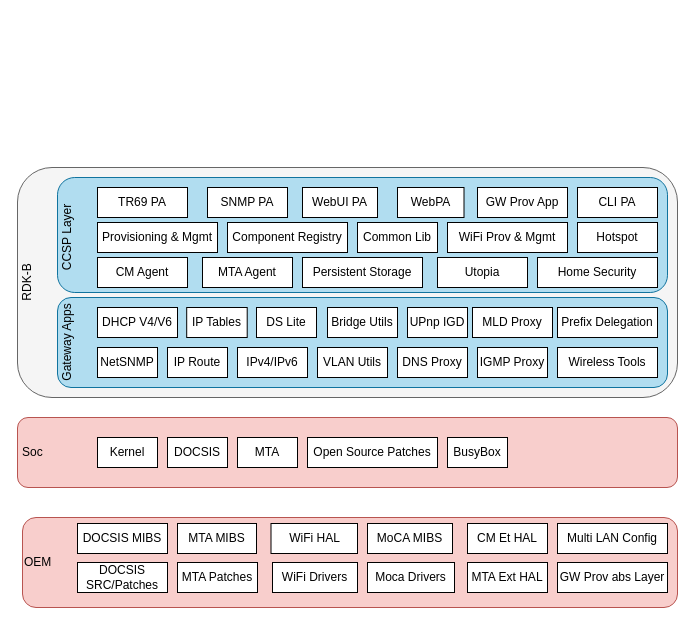
Above: page "RDK-B Framework" (4 of 4) of Puma7.drawio in nelsonchung/drawio (draw.io), before the change. Source tidied: cells renumbered, new cells numbered last; positions are measured from the earlier drawing's top-left corner, leaving out a move shared by most shapes. Both pictures are drawn from the tidied source at 100%, with x=0, y=0 at pixel (-3, 167).
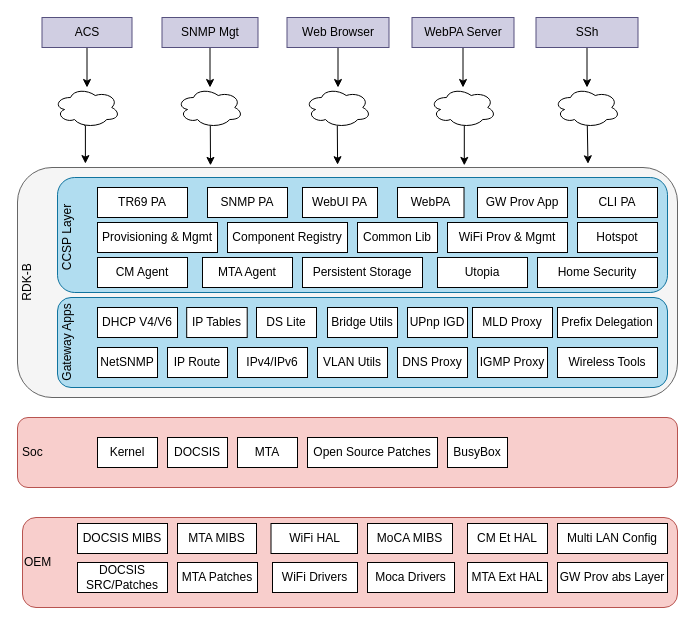
Above is the later version.

Diff of the diagram source:
```diff
@@
+    <mxCell id="59" style="edgeStyle=orthogonalEdgeStyle;rounded=0;jettySize=auto;html=1;exitX=0.5;exitY=1;exitDx=0;exitDy=0;" parent="1" edge="1" source="60" target="70">
+      <mxGeometry relative="1" as="geometry" />
+    </mxCell>
+    <mxCell id="60" value="ACS" style="rounded=0;whiteSpace=wrap;html=1;fillColor=#d0cee2;strokeColor=#56517e;" parent="1" vertex="1">
+      <mxGeometry x="44.5" y="-150" width="90" height="30" as="geometry" />
+    </mxCell>
+    <mxCell id="61" style="edgeStyle=orthogonalEdgeStyle;rounded=0;jettySize=auto;html=1;exitX=0.5;exitY=1;exitDx=0;exitDy=0;" parent="1" edge="1" source="62" target="72">
+      <mxGeometry relative="1" as="geometry" />
+    </mxCell>
+    <mxCell id="62" value="SNMP Mgt" style="rounded=0;whiteSpace=wrap;html=1;fillColor=#d0cee2;strokeColor=#56517e;" parent="1" vertex="1">
+      <mxGeometry x="164.5" y="-150" width="96" height="30" as="geometry" />
+    </mxCell>
+    <mxCell id="63" style="edgeStyle=orthogonalEdgeStyle;rounded=0;jettySize=auto;html=1;exitX=0.5;exitY=1;exitDx=0;exitDy=0;" parent="1" edge="1" source="64" target="74">
+      <mxGeometry relative="1" as="geometry" />
+    </mxCell>
+    <mxCell id="64" value="Web Browser" style="rounded=0;whiteSpace=wrap;html=1;fillColor=#d0cee2;strokeColor=#56517e;" parent="1" vertex="1">
+      <mxGeometry x="289.5" y="-150" width="102" height="30" as="geometry" />
+    </mxCell>
+    <mxCell id="65" style="edgeStyle=orthogonalEdgeStyle;rounded=0;jettySize=auto;html=1;exitX=0.5;exitY=1;exitDx=0;exitDy=0;" parent="1" edge="1" source="66" target="76">
+      <mxGeometry relative="1" as="geometry" />
+    </mxCell>
+    <mxCell id="66" value="WebPA Server" style="rounded=0;whiteSpace=wrap;html=1;fillColor=#d0cee2;strokeColor=#56517e;" parent="1" vertex="1">
+      <mxGeometry x="414.5" y="-150" width="102" height="30" as="geometry" />
+    </mxCell>
+    <mxCell id="67" style="edgeStyle=orthogonalEdgeStyle;rounded=0;jettySize=auto;html=1;exitX=0.5;exitY=1;exitDx=0;exitDy=0;" parent="1" edge="1" source="68" target="78">
+      <mxGeometry relative="1" as="geometry" />
+    </mxCell>
+    <mxCell id="68" value="SSh" style="rounded=0;whiteSpace=wrap;html=1;fillColor=#d0cee2;strokeColor=#56517e;" parent="1" vertex="1">
+      <mxGeometry x="538.5" y="-150" width="102" height="30" as="geometry" />
+    </mxCell>
+    <mxCell id="69" style="edgeStyle=orthogonalEdgeStyle;rounded=0;orthogonalLoop=1;jettySize=auto;html=1;exitX=0.55;exitY=0.95;exitDx=0;exitDy=0;exitPerimeter=0;entryX=0.888;entryY=1.017;entryDx=0;entryDy=0;entryPerimeter=0;" parent="1" edge="1">
+      <mxGeometry relative="1" as="geometry">
+        <mxPoint x="86.8" y="-42" as="sourcePoint" />
+        <mxPoint x="87.9" y="-3.9" as="targetPoint" />
+      </mxGeometry>
+    </mxCell>
+    <mxCell id="70" style="ellipse;shape=cloud;whiteSpace=wrap;html=1;rounded=1;align=left;" parent="1" vertex="1">
+      <mxGeometry x="56.5" y="-80" width="66" height="40" as="geometry" />
+    </mxCell>
+    <mxCell id="71" style="edgeStyle=orthogonalEdgeStyle;rounded=0;orthogonalLoop=1;jettySize=auto;html=1;exitX=0.55;exitY=0.95;exitDx=0;exitDy=0;exitPerimeter=0;entryX=0.703;entryY=1.009;entryDx=0;entryDy=0;entryPerimeter=0;" parent="1" edge="1">
+      <mxGeometry relative="1" as="geometry">
+        <mxPoint x="212.8" y="-42" as="sourcePoint" />
+        <mxPoint x="213" y="-2.1" as="targetPoint" />
+      </mxGeometry>
+    </mxCell>
+    <mxCell id="72" style="ellipse;shape=cloud;whiteSpace=wrap;html=1;rounded=1;align=left;" parent="1" vertex="1">
+      <mxGeometry x="179.5" y="-80" width="66" height="40" as="geometry" />
+    </mxCell>
+    <mxCell id="73" style="edgeStyle=orthogonalEdgeStyle;rounded=0;orthogonalLoop=1;jettySize=auto;html=1;exitX=0.55;exitY=0.95;exitDx=0;exitDy=0;exitPerimeter=0;entryX=0.509;entryY=1.012;entryDx=0;entryDy=0;entryPerimeter=0;" parent="1" edge="1">
+      <mxGeometry relative="1" as="geometry">
+        <mxPoint x="339.8" y="-42" as="sourcePoint" />
+        <mxPoint x="340.1" y="-2.8" as="targetPoint" />
+      </mxGeometry>
+    </mxCell>
+    <mxCell id="74" style="ellipse;shape=cloud;whiteSpace=wrap;html=1;rounded=1;align=left;" parent="1" vertex="1">
+      <mxGeometry x="307.5" y="-80" width="66" height="40" as="geometry" />
+    </mxCell>
+    <mxCell id="75" style="edgeStyle=orthogonalEdgeStyle;rounded=0;orthogonalLoop=1;jettySize=auto;html=1;exitX=0.55;exitY=0.95;exitDx=0;exitDy=0;exitPerimeter=0;entryX=0.32;entryY=1.009;entryDx=0;entryDy=0;entryPerimeter=0;" parent="1" edge="1">
+      <mxGeometry relative="1" as="geometry">
+        <mxPoint x="466.8" y="-42" as="sourcePoint" />
+        <mxPoint x="466.8" y="-2.1" as="targetPoint" />
+      </mxGeometry>
+    </mxCell>
+    <mxCell id="76" style="ellipse;shape=cloud;whiteSpace=wrap;html=1;rounded=1;align=left;" parent="1" vertex="1">
+      <mxGeometry x="432.5" y="-80" width="66" height="40" as="geometry" />
+    </mxCell>
+    <mxCell id="77" style="edgeStyle=orthogonalEdgeStyle;rounded=0;orthogonalLoop=1;jettySize=auto;html=1;exitX=0.55;exitY=0.95;exitDx=0;exitDy=0;exitPerimeter=0;entryX=0.131;entryY=1.016;entryDx=0;entryDy=0;entryPerimeter=0;" parent="1" edge="1">
+      <mxGeometry relative="1" as="geometry">
+        <mxPoint x="589.8" y="-42" as="sourcePoint" />
+        <mxPoint x="590.5" y="-3.7" as="targetPoint" />
+      </mxGeometry>
+    </mxCell>
+    <mxCell id="78" style="ellipse;shape=cloud;whiteSpace=wrap;html=1;rounded=1;align=left;" parent="1" vertex="1">
+      <mxGeometry x="556.5" y="-80" width="66" height="40" as="geometry" />
+    </mxCell>
```
